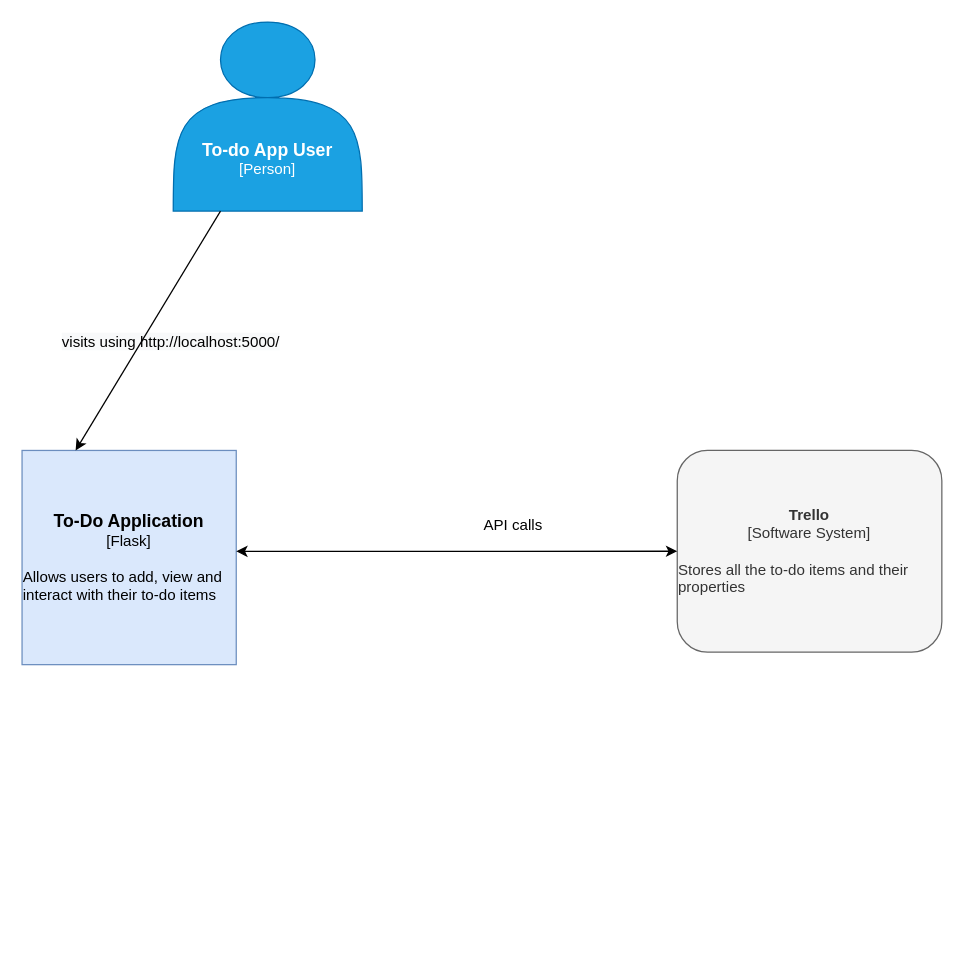
Gontx/DevOps-Course-Starter keeps this draw.io diagram as Documentation/Container Diagram.drawio. Above is the earlier version. Source tidied: cells renumbered, new cells numbered last; positions are measured from the earlier drawing's top-left corner, leaving out a move shared by most shapes. Both pictures are drawn from the tidied source at 126%, with x=0, y=0 at pixel (21, 21).
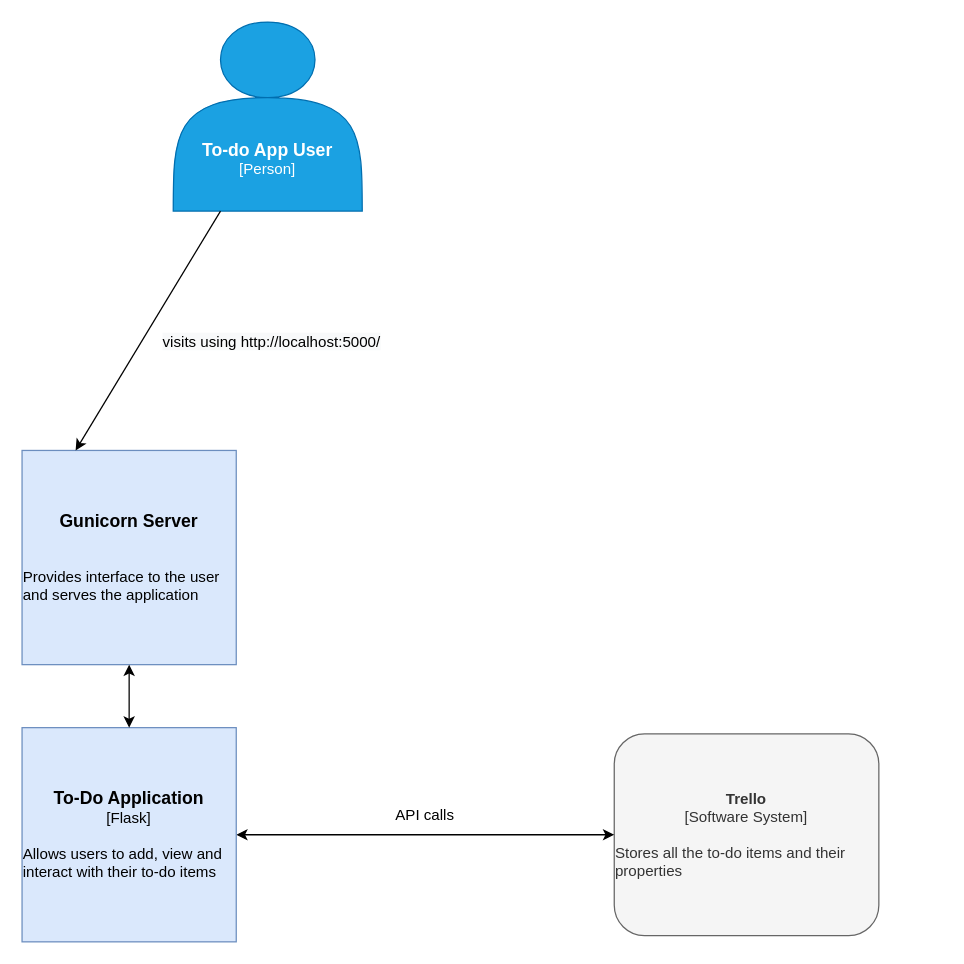
Above is the later version.

Change to the diagram source:
```diff
@@
 <mxGraphModel>
   <root>
     <mxCell id="0" />
     <mxCell id="1" parent="0" />
     <mxCell id="2" value="&lt;b style=&quot;font-size: 14px&quot;&gt;&lt;br&gt;&lt;br&gt;&lt;br&gt;&lt;br&gt;To-do App User&lt;/b&gt;&lt;br&gt;[Person]" style="shape=actor;whiteSpace=wrap;html=1;fillColor=#1ba1e2;strokeColor=#006EAF;fontColor=#ffffff;" parent="1" vertex="1">
       <mxGeometry x="120" width="150" height="150" as="geometry" />
     </mxCell>
     <mxCell id="3" value="&lt;font&gt;&lt;b style=&quot;font-size: 12px&quot;&gt;Trello&lt;/b&gt;&lt;br&gt;[Software System]&lt;br&gt;&lt;br&gt;&lt;div style=&quot;text-align: left&quot;&gt;Stores all the to-do items and their properties&lt;/div&gt;&lt;/font&gt;" style="rounded=1;whiteSpace=wrap;html=1;fillColor=#f5f5f5;strokeColor=#666666;fontColor=#333333;" parent="1" vertex="1">
-      <mxGeometry x="520" y="340" width="210" height="160" as="geometry" />
+      <mxGeometry x="470" y="565" width="210" height="160" as="geometry" />
     </mxCell>
     <mxCell id="4" value="API calls" style="text;html=1;strokeColor=none;fillColor=none;align=center;verticalAlign=middle;whiteSpace=wrap;rounded=0;" parent="1" vertex="1">
-      <mxGeometry x="350" y="390" width="80" height="20" as="geometry" />
+      <mxGeometry x="280" y="620" width="80" height="20" as="geometry" />
     </mxCell>
-    <mxCell id="5" value="&lt;b&gt;&lt;font style=&quot;font-size: 14px&quot;&gt;To-Do Application&lt;br&gt;&lt;/font&gt;&lt;/b&gt;[Flask]&lt;br&gt;&lt;br&gt;&lt;div style=&quot;text-align: left&quot;&gt;&lt;span&gt;Allows users to add, view and interact with their to-do items&lt;/span&gt;&lt;/div&gt;" style="whiteSpace=wrap;html=1;fillColor=#dae8fc;strokeColor=#6c8ebf;" parent="1" vertex="1">
+    <mxCell id="5" value="&lt;b&gt;&lt;font style=&quot;font-size: 14px&quot;&gt;Gunicorn Server&lt;br&gt;&lt;/font&gt;&lt;/b&gt;&lt;br&gt;&lt;br&gt;&lt;div style=&quot;text-align: left&quot;&gt;&lt;span&gt;Provides interface to the user and serves the application&lt;/span&gt;&lt;/div&gt;" style="whiteSpace=wrap;html=1;fillColor=#dae8fc;strokeColor=#6c8ebf;" parent="1" vertex="1">
       <mxGeometry y="340" width="170" height="170" as="geometry" />
     </mxCell>
     <mxCell id="6" value="&lt;span style=&quot;color: rgb(0, 0, 0); font-family: helvetica; font-size: 12px; font-style: normal; font-weight: 400; letter-spacing: normal; text-align: center; text-indent: 0px; text-transform: none; word-spacing: 0px; background-color: rgb(248, 249, 250); display: inline; float: none;&quot;&gt;visits using http://localhost:5000/&lt;/span&gt;" style="text;whiteSpace=wrap;html=1;" parent="1" vertex="1">
-      <mxGeometry x="30" y="240" width="200" height="30" as="geometry" />
+      <mxGeometry x="110" y="240" width="200" height="30" as="geometry" />
     </mxCell>
     <mxCell id="7" style="endArrow=classic;html=1;exitX=0.25;exitY=1;exitDx=0;exitDy=0;entryX=0.25;entryY=0;entryDx=0;entryDy=0;" parent="1" edge="1" source="2" target="5">
       <mxGeometry relative="1" as="geometry" />
     </mxCell>
-    <mxCell id="8" style="endArrow=classic;startArrow=classic;html=1;exitX=1;exitY=0.471;exitDx=0;exitDy=0;exitPerimeter=0;entryX=0;entryY=0.5;entryDx=0;entryDy=0;" parent="1" edge="1" source="5" target="3">
+    <mxCell id="8" style="endArrow=classic;startArrow=classic;html=1;exitX=1;exitY=0.5;exitDx=0;exitDy=0;entryX=0;entryY=0.5;entryDx=0;entryDy=0;" parent="1" edge="1" source="9" target="3">
       <mxGeometry relative="1" as="geometry" />
     </mxCell>
+    <mxCell id="9" value="&lt;b&gt;&lt;font style=&quot;font-size: 14px&quot;&gt;To-Do Application&lt;br&gt;&lt;/font&gt;&lt;/b&gt;[Flask]&lt;br&gt;&lt;br&gt;&lt;div style=&quot;text-align: left&quot;&gt;&lt;span&gt;Allows users to add, view and interact with their to-do items&lt;/span&gt;&lt;/div&gt;" style="whiteSpace=wrap;html=1;fillColor=#dae8fc;strokeColor=#6c8ebf;" parent="1" vertex="1">
+      <mxGeometry y="560" width="170" height="170" as="geometry" />
+    </mxCell>
+    <mxCell id="10" style="endArrow=classic;startArrow=classic;html=1;exitX=0.5;exitY=0;exitDx=0;exitDy=0;entryX=0.5;entryY=1;entryDx=0;entryDy=0;" parent="1" edge="1" source="9" target="5">
+      <mxGeometry relative="1" as="geometry" />
+    </mxCell>
   </root>
 </mxGraphModel>
```
